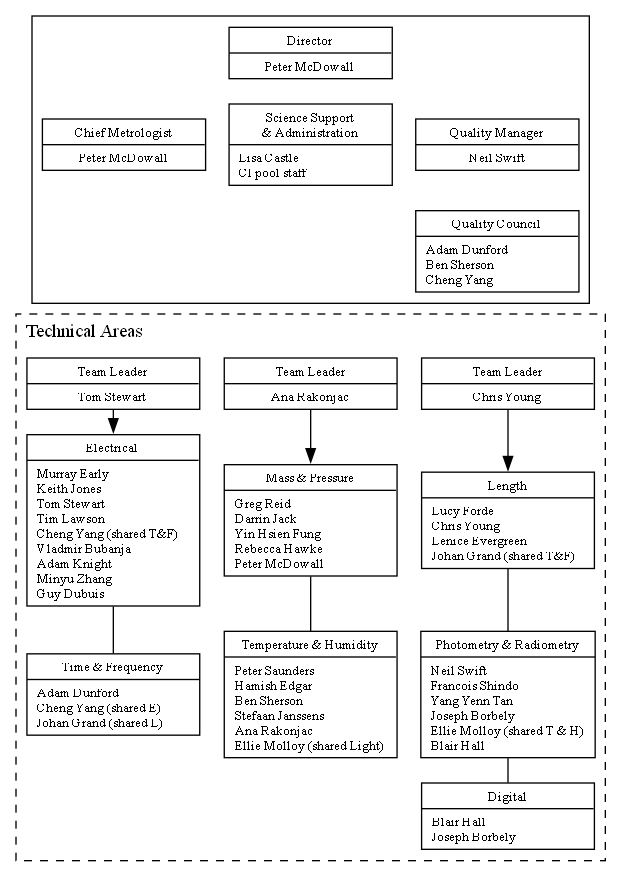
The Graphviz diagram quality_manual_document/pictures/MSL_org_full.png in MSLNZ/Quality-Manual, before a commit. Its source is kept beside it as quality_manual_document/pictures/MSL_org_full.gv.
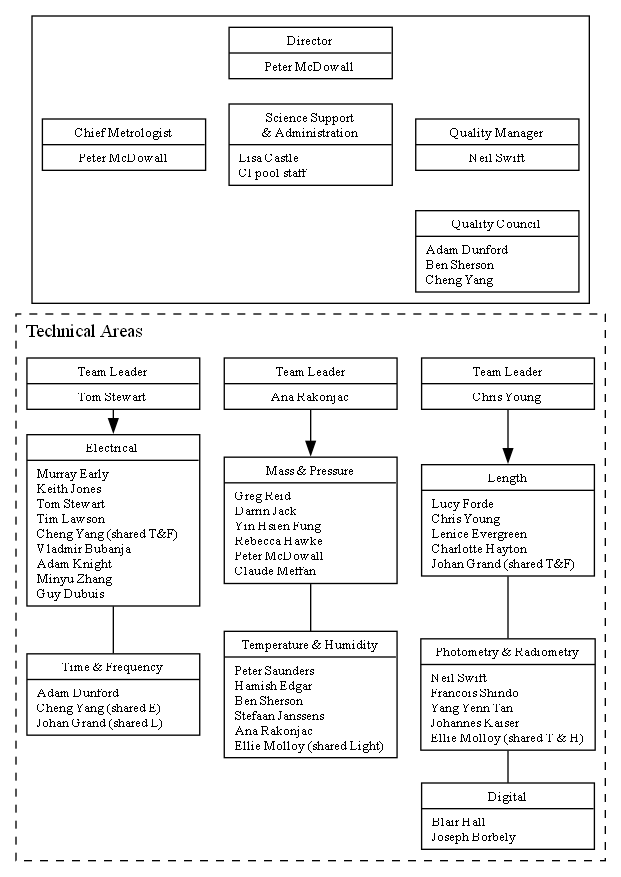
The same file after the commit.

What changed in the source:
```diff
@@ -110,6 +110,7 @@
         +   "Lucy Forde\l"
         +   "Chris Young\l"
         +   "Lenice Evergreen\l"
+        +   "Charlotte Hayton\l"
         +	"Johan Grand (shared T&F)\l"
         +   "}"
         ];
@@ -120,6 +121,7 @@
         +	"Yin Hsien Fung\l"
         +	"Rebecca Hawke\l" // Sutton-Hawke
         +	"Peter McDowall\l"
+        +	"Claude Meffan\l"
         +   "}"
         ];
 
@@ -140,9 +142,8 @@
         +	"Neil Swift\l"
         +	"Francois Shindo\l"
         +	"Yang Yenn Tan\l"
-        +	"Joseph Borbely\l"
+        +	"Johannes Kaiser\l"
         +   "Ellie Molloy (shared T & H)\l"
-	+	"Blair Hall\l"
         +   "}"
         ];
 
```
